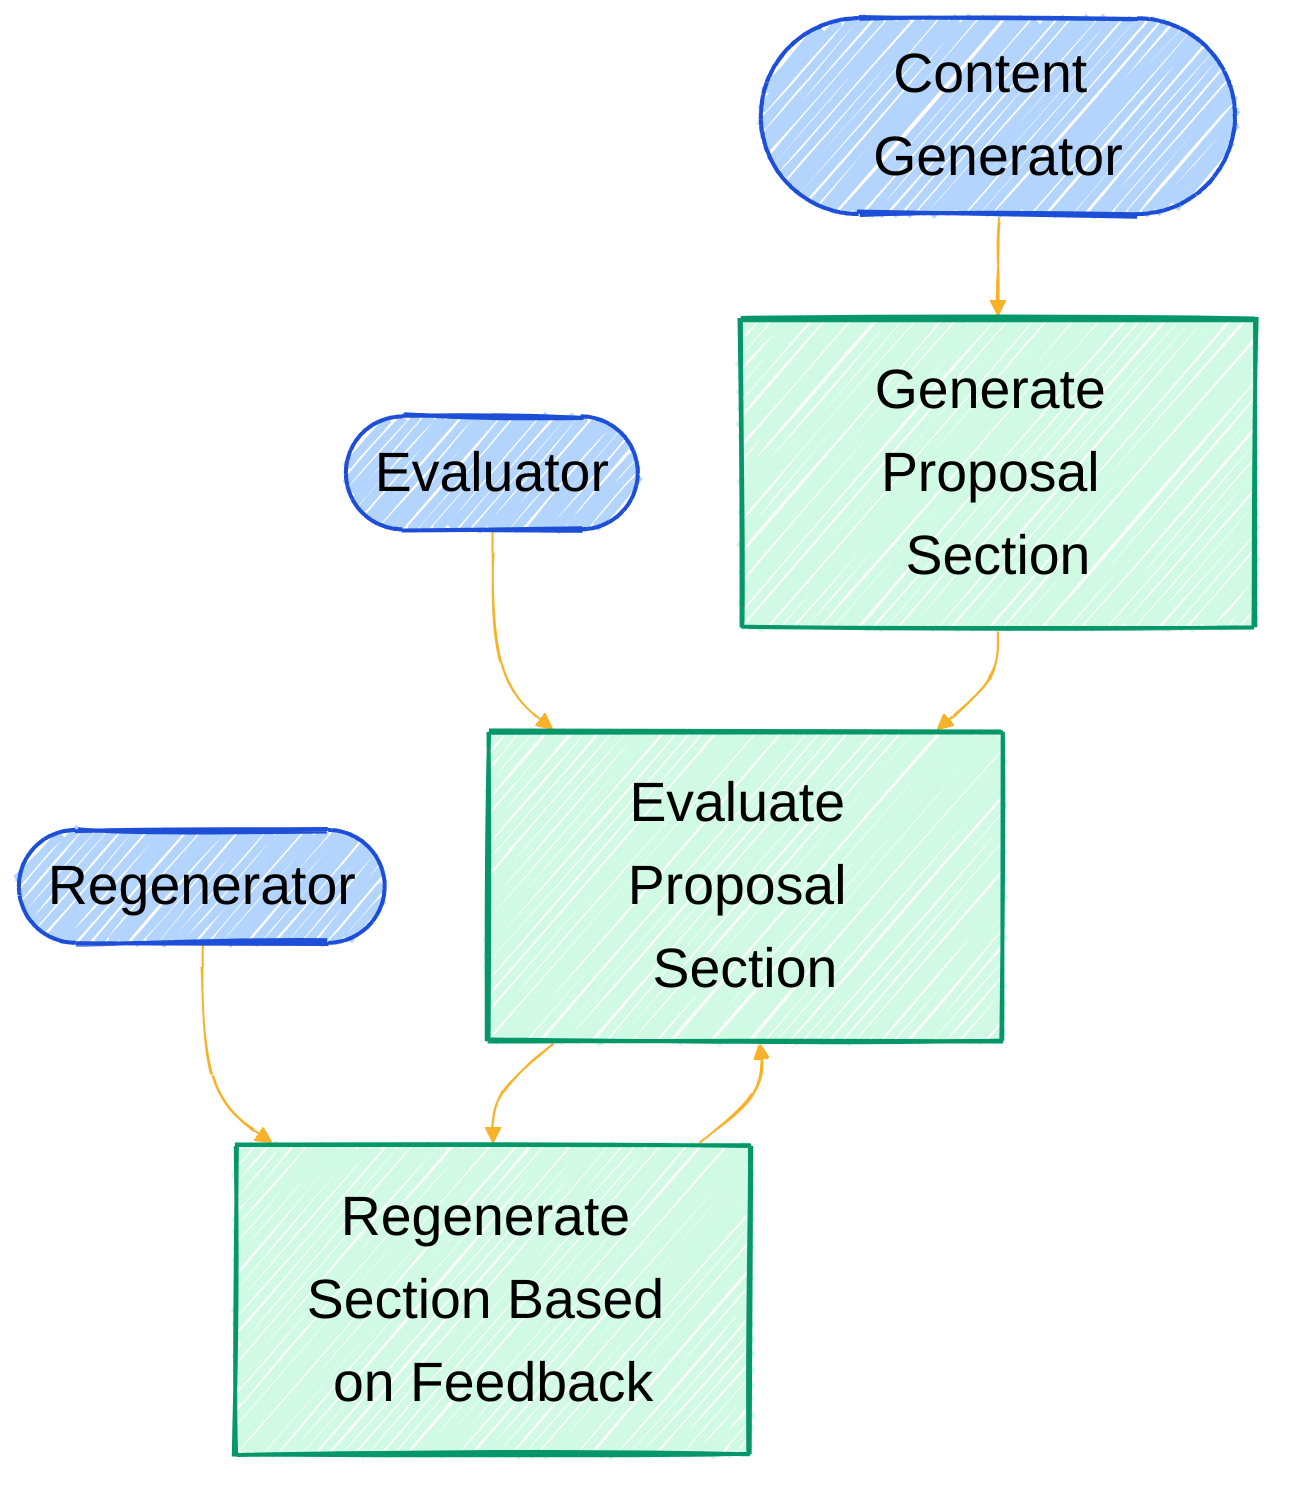
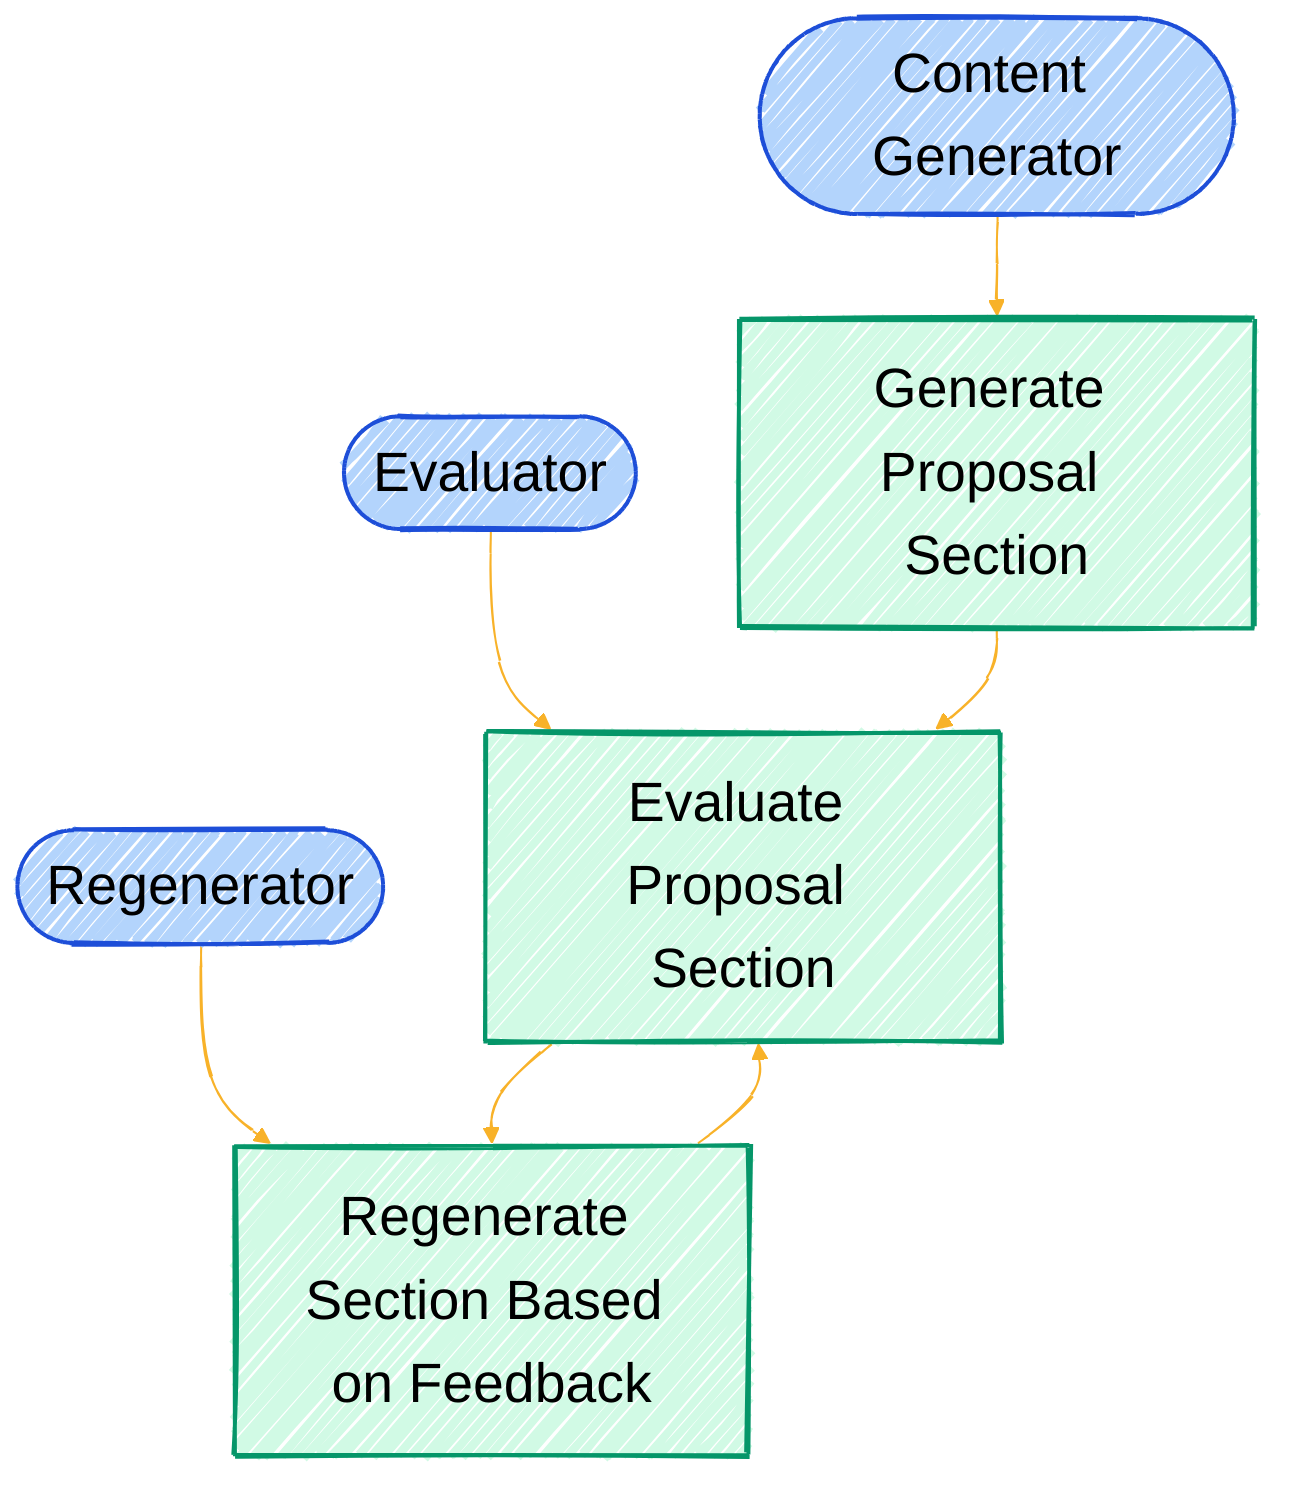
---
config:
  look: handDrawn
  theme: neutral
---

%%{
  init: {
    'theme': 'neutral',
    'themeVariables': {
      'primaryColor': '#BB2528',
      'primaryTextColor': '#fff',
      'primaryBorderColor': '#7C0000',
      'lineColor': '#F8B229',
      'secondaryColor': '#006100',
      'tertiaryColor': '#fff',
      'fontSize': '28px'
    }
  }
}%%
flowchart TD
    %% Agents
    A1([Content Generator]):::agent
    A2([Evaluator]):::agent
    A3([Regenerator]):::agent

    %% Tasks
    T1[Generate Proposal Section]:::task
    T2[Evaluate Proposal Section]:::task
    T3[Regenerate Section Based on Feedback]:::task

    %% Relationships
    A1 --> T1
    T1 --> T2
    A2 --> T2
    T2 --> T3
    A3 --> T3
    T3 --> T2

    %% Styling
    classDef agent fill:#B3D4FC,stroke:#1D4ED8,stroke-width:2px;
-     classDef task fill:#D1FAE5,stroke:#059669,stroke-width:2px;+     classDef task fill:#D1FAE5,stroke:#059669,stroke-width:2px;
